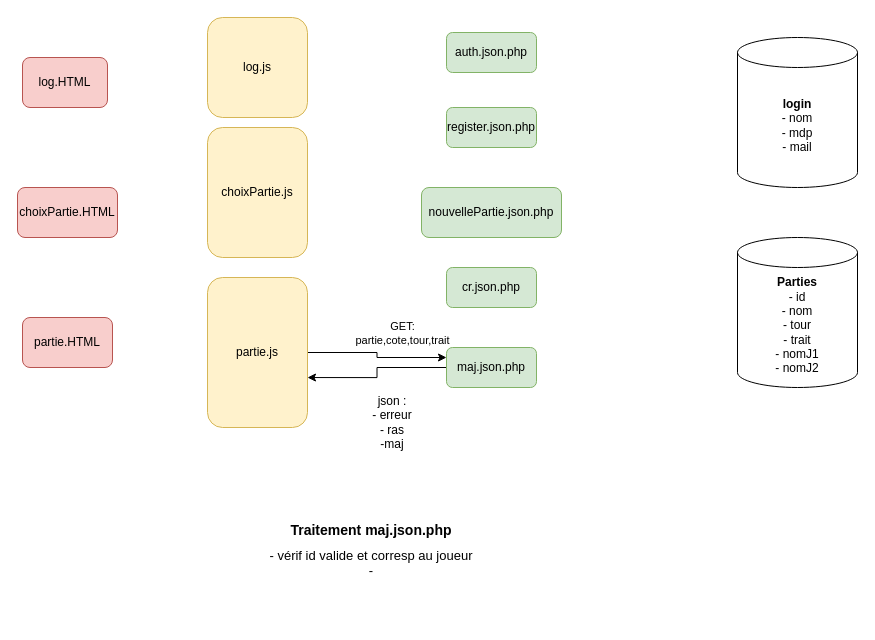
Above: Untitled Diagram.drawio in Maximory77/projet-web-mapping-echecs (draw.io), before the change. Source tidied: cells renumbered, new cells numbered last; positions are measured from the earlier drawing's top-left corner, leaving out a move shared by most shapes. Both pictures are drawn from the tidied source at 100%, with x=0, y=0 at pixel (17, 17).
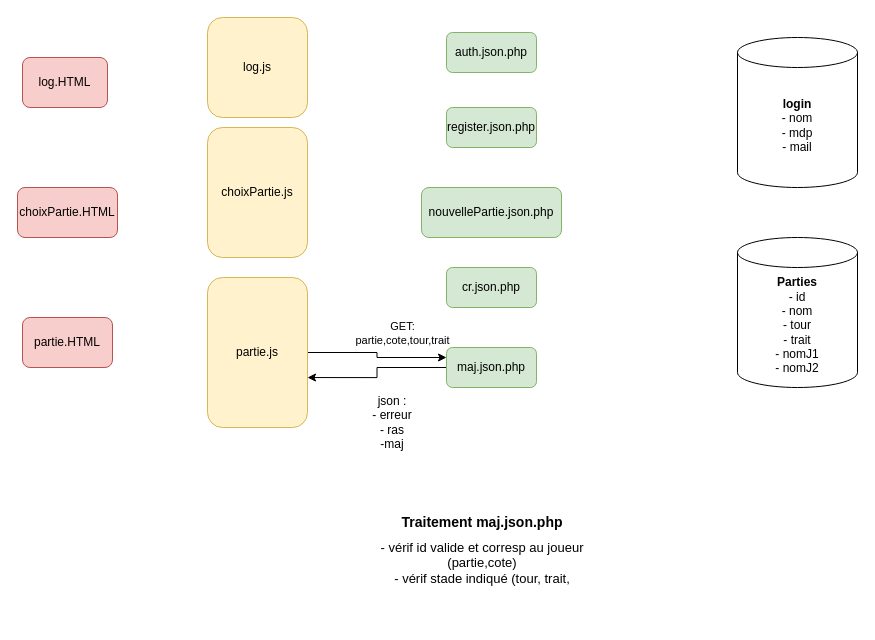
The same diagram, later.

Change to the diagram source:
```diff
@@
-    <mxCell id="19" value="&lt;h1 style=&quot;font-size: 14px&quot;&gt;&lt;font style=&quot;font-size: 14px&quot;&gt;Traitement maj.json.php&lt;/font&gt;&lt;/h1&gt;&lt;div&gt;- vérif id valide et corresp au joueur&lt;/div&gt;&lt;div&gt;- &lt;br&gt;&lt;/div&gt;" style="text;html=1;strokeColor=none;fillColor=none;align=center;verticalAlign=middle;whiteSpace=wrap;rounded=0;fontSize=13;" parent="1" vertex="1">
-      <mxGeometry x="234" y="450" width="240" height="155" as="geometry" />
+    <mxCell id="19" value="&lt;h1 style=&quot;font-size: 14px&quot;&gt;&lt;font style=&quot;font-size: 14px&quot;&gt;Traitement maj.json.php&lt;/font&gt;&lt;/h1&gt;&lt;div&gt;- vérif id valide et corresp au joueur (partie,cote)&lt;br&gt;&lt;/div&gt;&lt;div&gt;- vérif stade indiqué (tour, trait, &lt;br&gt;&lt;/div&gt;" style="text;html=1;strokeColor=none;fillColor=none;align=center;verticalAlign=middle;whiteSpace=wrap;rounded=0;fontSize=13;" parent="1" vertex="1">
+      <mxGeometry x="345" y="450" width="240" height="155" as="geometry" />
     </mxCell>
```
